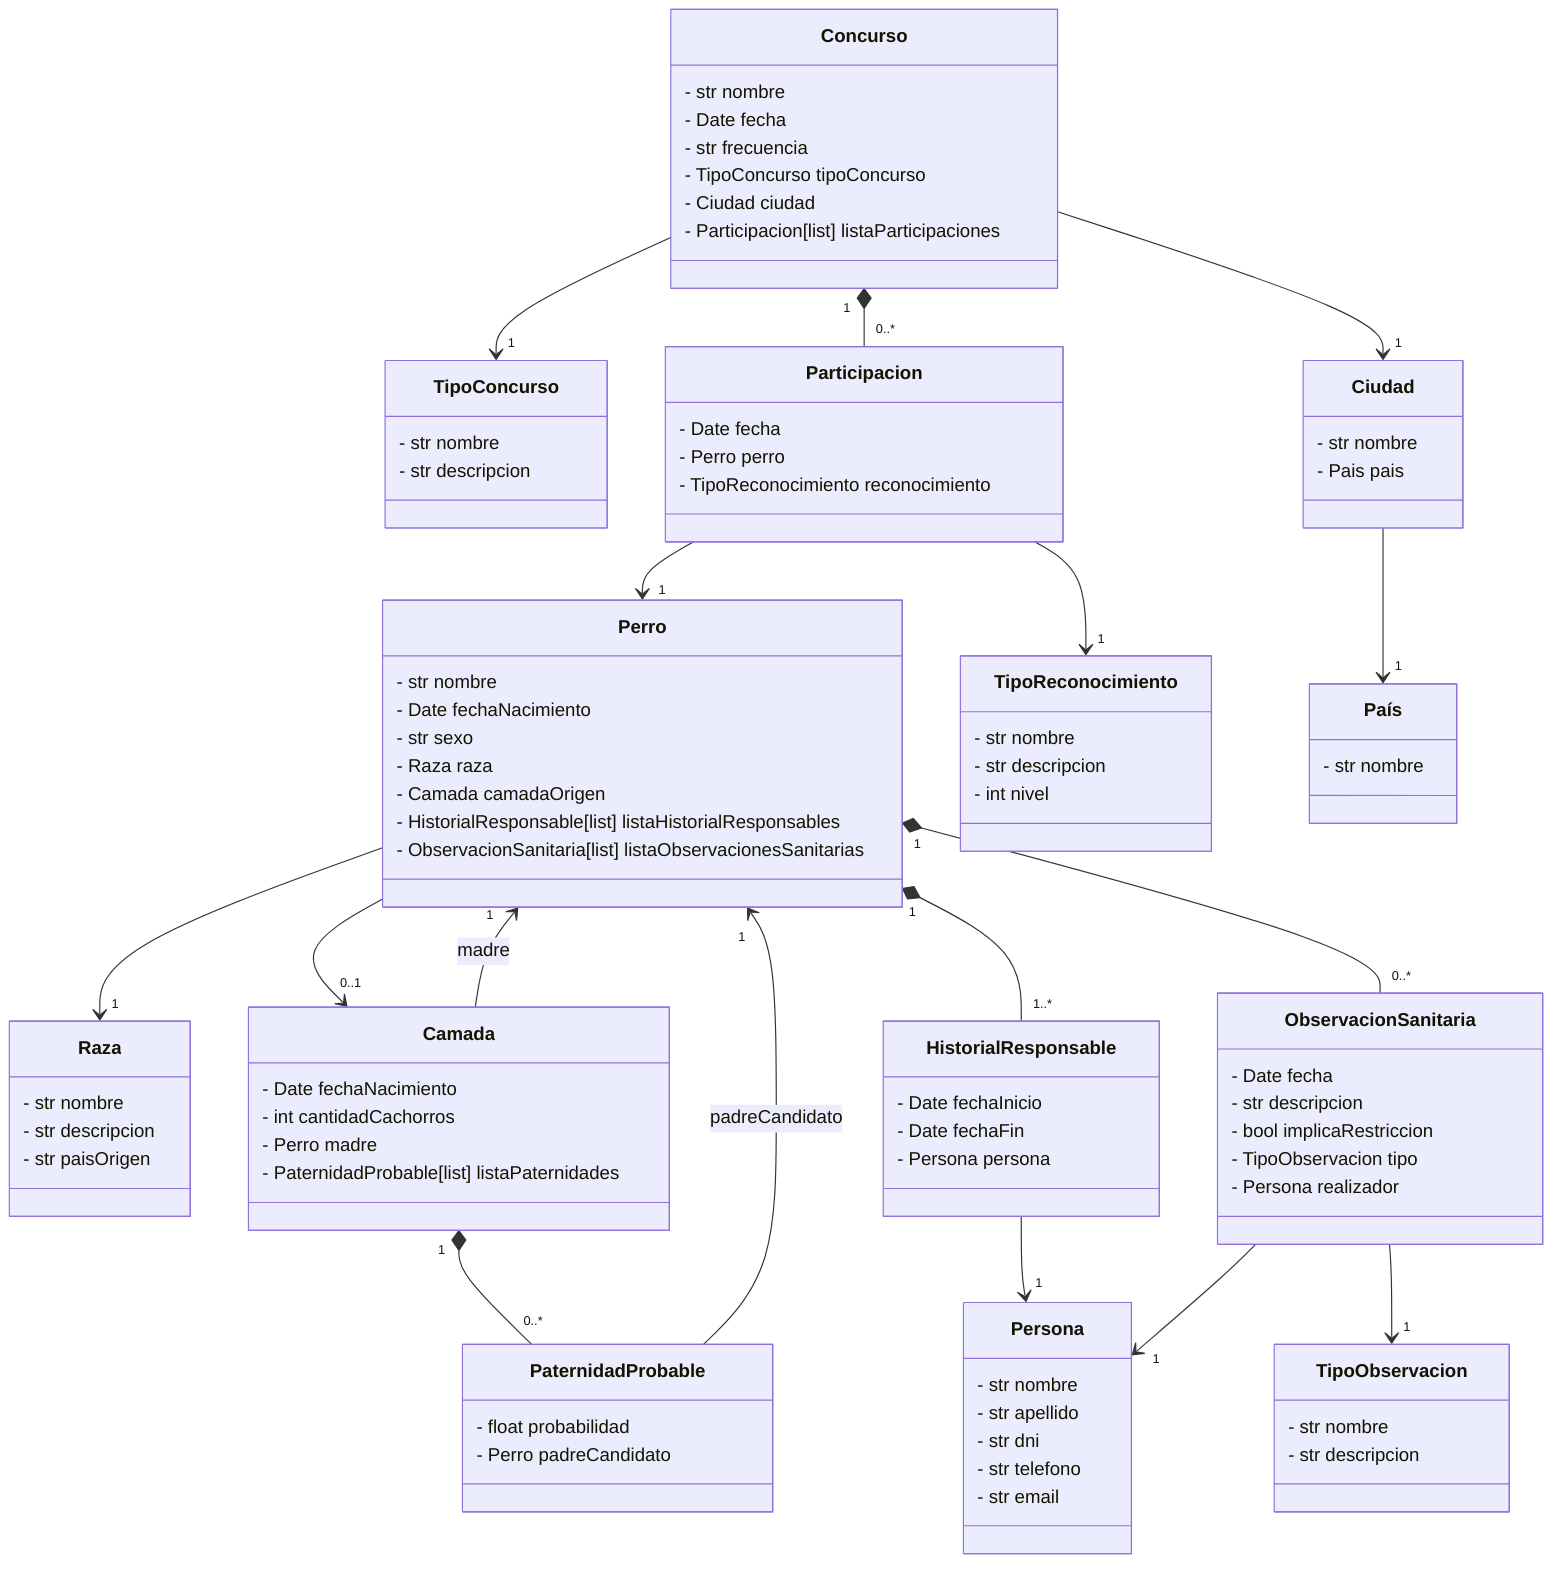
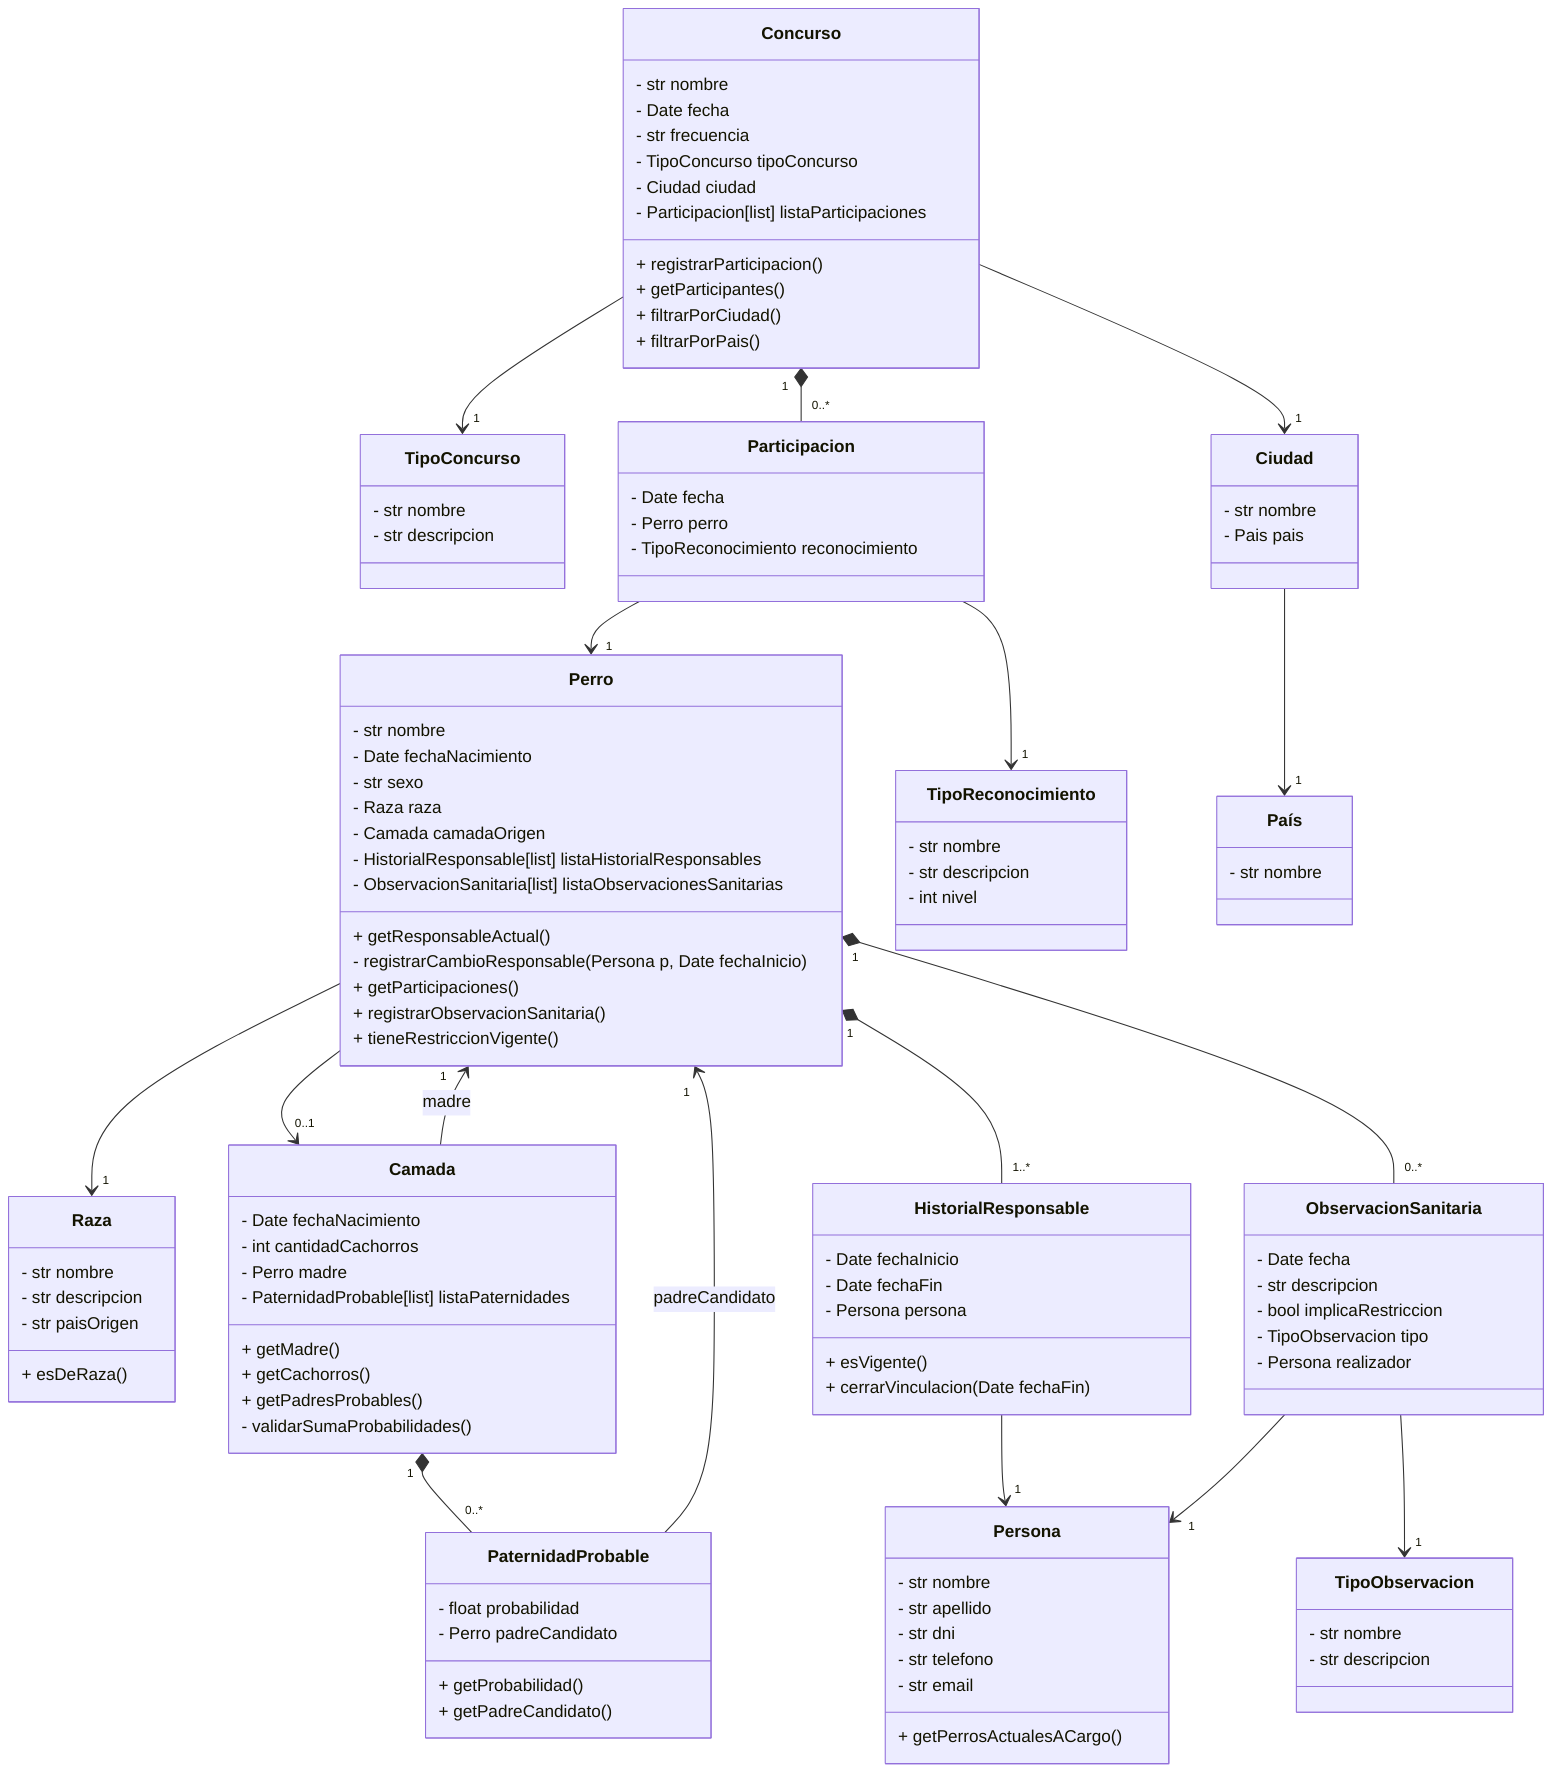
classDiagram

    class Perro {
        - str nombre
        - Date fechaNacimiento
        - str sexo
        - Raza raza
        - Camada camadaOrigen
        - HistorialResponsable[list] listaHistorialResponsables
        - ObservacionSanitaria[list] listaObservacionesSanitarias
+         + getResponsableActual()
+         - registrarCambioResponsable(Persona p, Date fechaInicio)
+         + getParticipaciones()
+         + registrarObservacionSanitaria()
+         + tieneRestriccionVigente()
    }

    class Raza {
        - str nombre
        - str descripcion
        - str paisOrigen
+         + esDeRaza()
    }

    class Camada {
        - Date fechaNacimiento
        - int cantidadCachorros
        - Perro madre
        - PaternidadProbable[list] listaPaternidades
+         + getMadre()
+         + getCachorros()
+         + getPadresProbables()
+         - validarSumaProbabilidades()
    }

    class PaternidadProbable {
        - float probabilidad
        - Perro padreCandidato
+         + getProbabilidad()
+         + getPadreCandidato()
    }

    class HistorialResponsable {
        - Date fechaInicio
        - Date fechaFin
        - Persona persona
+         + esVigente()
+         + cerrarVinculacion(Date fechaFin)
    }

    class Persona {
        - str nombre
        - str apellido
        - str dni
        - str telefono
        - str email
+         + getPerrosActualesACargo()
    }

    class Concurso {
        - str nombre
        - Date fecha
        - str frecuencia
        - TipoConcurso tipoConcurso
        - Ciudad ciudad
        - Participacion[list] listaParticipaciones
+         + registrarParticipacion()
+         + getParticipantes()
+         + filtrarPorCiudad()
+         + filtrarPorPais()
    }

    class TipoConcurso {
        - str nombre
        - str descripcion
    }

    class Participacion {
        - Date fecha
        - Perro perro
        - TipoReconocimiento reconocimiento
    }

    class TipoReconocimiento {
        - str nombre
        - str descripcion
        - int nivel
    }

    class Ciudad {
        - str nombre
        - Pais pais
    }

    class País {
        - str nombre
    }

    class ObservacionSanitaria {
        - Date fecha
        - str descripcion
        - bool implicaRestriccion
        - TipoObservacion tipo
        - Persona realizador
    }

    class TipoObservacion {
        - str nombre
        - str descripcion
    }

    Perro --> "1" Raza
    Perro --> "0..1" Camada
    Camada --> "1" Perro : madre
    Camada "1" *-- "0..*" PaternidadProbable
    PaternidadProbable --> "1" Perro : padreCandidato
    Perro "1" *-- "1..*" HistorialResponsable
    HistorialResponsable --> "1" Persona
    Concurso --> "1" TipoConcurso
    Concurso --> "1" Ciudad
    Ciudad --> "1" País
    Concurso "1" *-- "0..*" Participacion
    Participacion --> "1" Perro
    Participacion --> "1" TipoReconocimiento
    Perro "1" *-- "0..*" ObservacionSanitaria
    ObservacionSanitaria --> "1" TipoObservacion
    ObservacionSanitaria --> "1" Persona